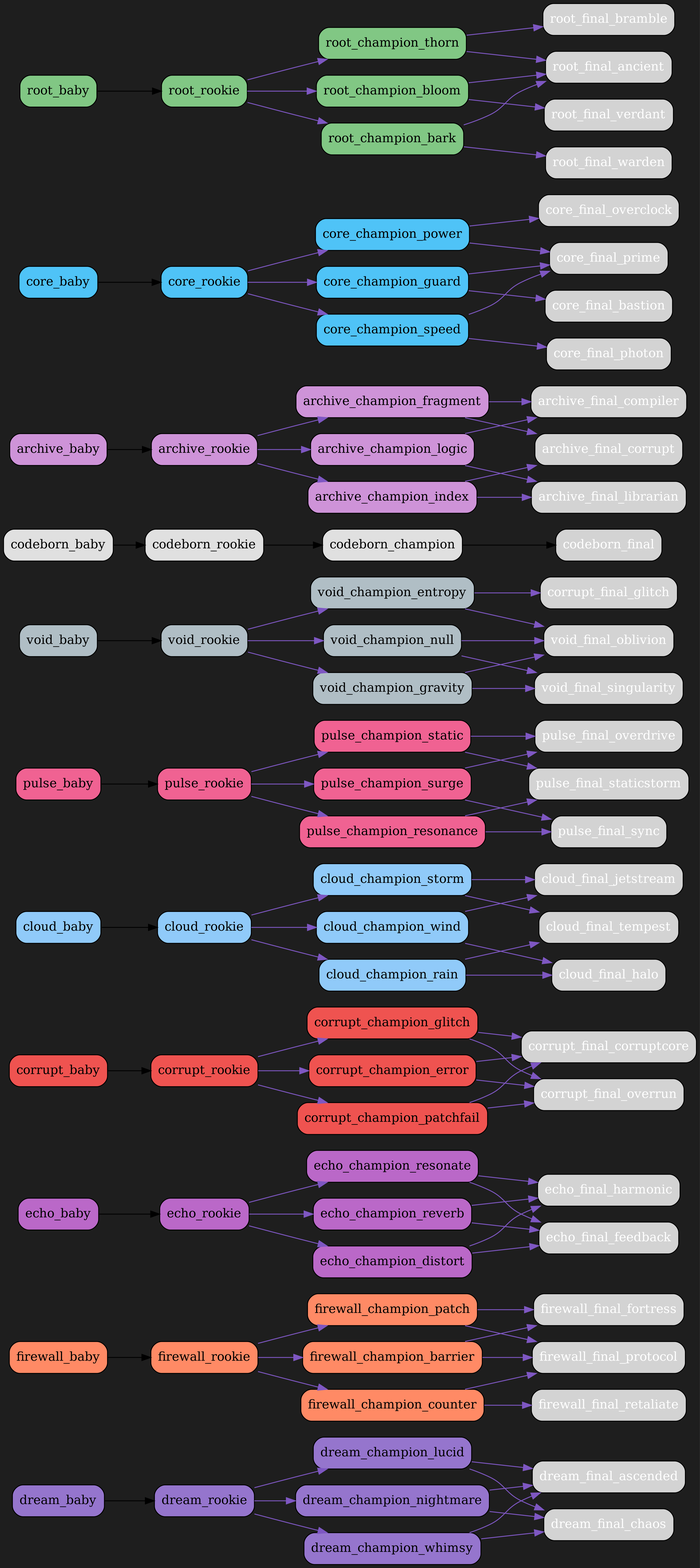
Earlier version of the Graphviz export src/netgrid/systems/evolution/graphs/dark/evolution_graph_dark.png (bwlight/NetGrid). Its source is kept beside it as src/netgrid/systems/evolution/graphs/dark/evolution_graph_dark.dot.
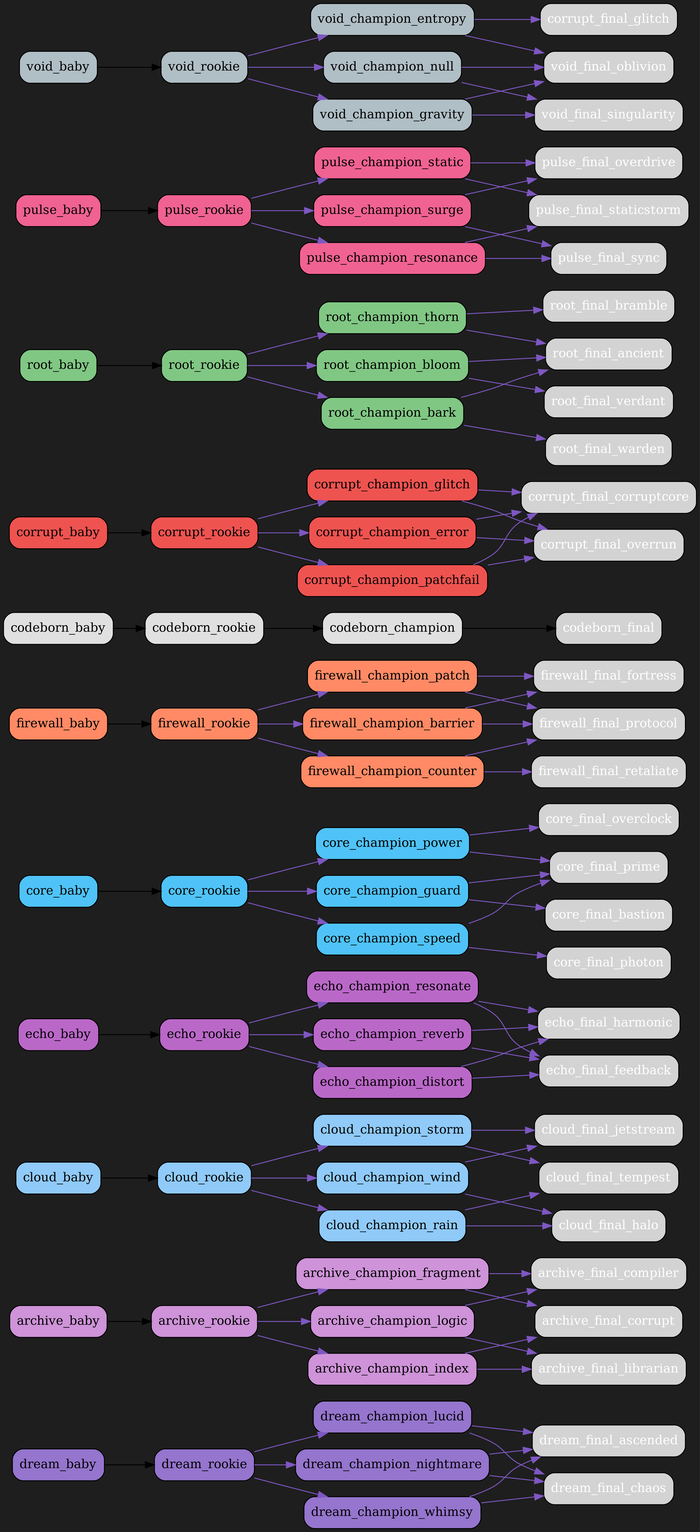
The same diagram one commit later.

Commit message:
Auto-update evolution graphs

Diff of the diagram source:
```diff
@@ -17,6 +17,66 @@
   "dream_champion_whimsy" [fillcolor="#9575cd", fontcolor="black"];
   "dream_champion_whimsy" -> "dream_final_ascended" [color="#7e57c2"];
   "dream_champion_whimsy" -> "dream_final_chaos" [color="#7e57c2"];
+  "archive_baby" [fillcolor="#ce93d8", fontcolor="black"];
+  "archive_baby" -> "archive_rookie";
+  "archive_rookie" [fillcolor="#ce93d8", fontcolor="black"];
+  "archive_rookie" -> "archive_champion_logic" [color="#7e57c2"];
+  "archive_rookie" -> "archive_champion_index" [color="#7e57c2"];
+  "archive_rookie" -> "archive_champion_fragment" [color="#7e57c2"];
+  "archive_champion_logic" [fillcolor="#ce93d8", fontcolor="black"];
+  "archive_champion_logic" -> "archive_final_compiler" [color="#7e57c2"];
+  "archive_champion_logic" -> "archive_final_librarian" [color="#7e57c2"];
+  "archive_champion_index" [fillcolor="#ce93d8", fontcolor="black"];
+  "archive_champion_index" -> "archive_final_librarian" [color="#7e57c2"];
+  "archive_champion_index" -> "archive_final_corrupt" [color="#7e57c2"];
+  "archive_champion_fragment" [fillcolor="#ce93d8", fontcolor="black"];
+  "archive_champion_fragment" -> "archive_final_corrupt" [color="#7e57c2"];
+  "archive_champion_fragment" -> "archive_final_compiler" [color="#7e57c2"];
+  "cloud_baby" [fillcolor="#90caf9", fontcolor="black"];
+  "cloud_baby" -> "cloud_rookie";
+  "cloud_rookie" [fillcolor="#90caf9", fontcolor="black"];
+  "cloud_rookie" -> "cloud_champion_wind" [color="#7e57c2"];
+  "cloud_rookie" -> "cloud_champion_rain" [color="#7e57c2"];
+  "cloud_rookie" -> "cloud_champion_storm" [color="#7e57c2"];
+  "cloud_champion_wind" [fillcolor="#90caf9", fontcolor="black"];
+  "cloud_champion_wind" -> "cloud_final_jetstream" [color="#7e57c2"];
+  "cloud_champion_wind" -> "cloud_final_halo" [color="#7e57c2"];
+  "cloud_champion_rain" [fillcolor="#90caf9", fontcolor="black"];
+  "cloud_champion_rain" -> "cloud_final_halo" [color="#7e57c2"];
+  "cloud_champion_rain" -> "cloud_final_tempest" [color="#7e57c2"];
+  "cloud_champion_storm" [fillcolor="#90caf9", fontcolor="black"];
+  "cloud_champion_storm" -> "cloud_final_tempest" [color="#7e57c2"];
+  "cloud_champion_storm" -> "cloud_final_jetstream" [color="#7e57c2"];
+  "echo_baby" [fillcolor="#ba68c8", fontcolor="black"];
+  "echo_baby" -> "echo_rookie";
+  "echo_rookie" [fillcolor="#ba68c8", fontcolor="black"];
+  "echo_rookie" -> "echo_champion_resonate" [color="#7e57c2"];
+  "echo_rookie" -> "echo_champion_reverb" [color="#7e57c2"];
+  "echo_rookie" -> "echo_champion_distort" [color="#7e57c2"];
+  "echo_champion_resonate" [fillcolor="#ba68c8", fontcolor="black"];
+  "echo_champion_resonate" -> "echo_final_harmonic" [color="#7e57c2"];
+  "echo_champion_resonate" -> "echo_final_feedback" [color="#7e57c2"];
+  "echo_champion_reverb" [fillcolor="#ba68c8", fontcolor="black"];
+  "echo_champion_reverb" -> "echo_final_feedback" [color="#7e57c2"];
+  "echo_champion_reverb" -> "echo_final_harmonic" [color="#7e57c2"];
+  "echo_champion_distort" [fillcolor="#ba68c8", fontcolor="black"];
+  "echo_champion_distort" -> "echo_final_feedback" [color="#7e57c2"];
+  "echo_champion_distort" -> "echo_final_harmonic" [color="#7e57c2"];
+  "core_baby" [fillcolor="#4fc3f7", fontcolor="black"];
+  "core_baby" -> "core_rookie";
+  "core_rookie" [fillcolor="#4fc3f7", fontcolor="black"];
+  "core_rookie" -> "core_champion_power" [color="#7e57c2"];
+  "core_rookie" -> "core_champion_guard" [color="#7e57c2"];
+  "core_rookie" -> "core_champion_speed" [color="#7e57c2"];
+  "core_champion_power" [fillcolor="#4fc3f7", fontcolor="black"];
+  "core_champion_power" -> "core_final_overclock" [color="#7e57c2"];
+  "core_champion_power" -> "core_final_prime" [color="#7e57c2"];
+  "core_champion_guard" [fillcolor="#4fc3f7", fontcolor="black"];
+  "core_champion_guard" -> "core_final_bastion" [color="#7e57c2"];
+  "core_champion_guard" -> "core_final_prime" [color="#7e57c2"];
+  "core_champion_speed" [fillcolor="#4fc3f7", fontcolor="black"];
+  "core_champion_speed" -> "core_final_photon" [color="#7e57c2"];
+  "core_champion_speed" -> "core_final_prime" [color="#7e57c2"];
   "firewall_baby" [fillcolor="#ff8a65", fontcolor="black"];
   "firewall_baby" -> "firewall_rookie";
   "firewall_rookie" [fillcolor="#ff8a65", fontcolor="black"];
@@ -32,21 +92,12 @@
   "firewall_champion_patch" [fillcolor="#ff8a65", fontcolor="black"];
   "firewall_champion_patch" -> "firewall_final_protocol" [color="#7e57c2"];
   "firewall_champion_patch" -> "firewall_final_fortress" [color="#7e57c2"];
-  "echo_baby" [fillcolor="#ba68c8", fontcolor="black"];
-  "echo_baby" -> "echo_rookie";
-  "echo_rookie" [fillcolor="#ba68c8", fontcolor="black"];
-  "echo_rookie" -> "echo_champion_resonate" [color="#7e57c2"];
-  "echo_rookie" -> "echo_champion_reverb" [color="#7e57c2"];
-  "echo_rookie" -> "echo_champion_distort" [color="#7e57c2"];
-  "echo_champion_resonate" [fillcolor="#ba68c8", fontcolor="black"];
-  "echo_champion_resonate" -> "echo_final_harmonic" [color="#7e57c2"];
-  "echo_champion_resonate" -> "echo_final_feedback" [color="#7e57c2"];
-  "echo_champion_reverb" [fillcolor="#ba68c8", fontcolor="black"];
-  "echo_champion_reverb" -> "echo_final_feedback" [color="#7e57c2"];
-  "echo_champion_reverb" -> "echo_final_harmonic" [color="#7e57c2"];
-  "echo_champion_distort" [fillcolor="#ba68c8", fontcolor="black"];
-  "echo_champion_distort" -> "echo_final_feedback" [color="#7e57c2"];
-  "echo_champion_distort" -> "echo_final_harmonic" [color="#7e57c2"];
+  "codeborn_baby" [fillcolor="#e0e0e0", fontcolor="black"];
+  "codeborn_baby" -> "codeborn_rookie";
+  "codeborn_rookie" [fillcolor="#e0e0e0", fontcolor="black"];
+  "codeborn_rookie" -> "codeborn_champion";
+  "codeborn_champion" [fillcolor="#e0e0e0", fontcolor="black"];
+  "codeborn_champion" -> "codeborn_final";
   "corrupt_baby" [fillcolor="#ef5350", fontcolor="black"];
   "corrupt_baby" -> "corrupt_rookie";
   "corrupt_rookie" [fillcolor="#ef5350", fontcolor="black"];
@@ -62,21 +113,21 @@
   "corrupt_champion_patchfail" [fillcolor="#ef5350", fontcolor="black"];
   "corrupt_champion_patchfail" -> "corrupt_final_corruptcore" [color="#7e57c2"];
   "corrupt_champion_patchfail" -> "corrupt_final_overrun" [color="#7e57c2"];
-  "cloud_baby" [fillcolor="#90caf9", fontcolor="black"];
-  "cloud_baby" -> "cloud_rookie";
-  "cloud_rookie" [fillcolor="#90caf9", fontcolor="black"];
-  "cloud_rookie" -> "cloud_champion_wind" [color="#7e57c2"];
-  "cloud_rookie" -> "cloud_champion_rain" [color="#7e57c2"];
-  "cloud_rookie" -> "cloud_champion_storm" [color="#7e57c2"];
-  "cloud_champion_wind" [fillcolor="#90caf9", fontcolor="black"];
-  "cloud_champion_wind" -> "cloud_final_jetstream" [color="#7e57c2"];
-  "cloud_champion_wind" -> "cloud_final_halo" [color="#7e57c2"];
-  "cloud_champion_rain" [fillcolor="#90caf9", fontcolor="black"];
-  "cloud_champion_rain" -> "cloud_final_halo" [color="#7e57c2"];
-  "cloud_champion_rain" -> "cloud_final_tempest" [color="#7e57c2"];
-  "cloud_champion_storm" [fillcolor="#90caf9", fontcolor="black"];
-  "cloud_champion_storm" -> "cloud_final_tempest" [color="#7e57c2"];
-  "cloud_champion_storm" -> "cloud_final_jetstream" [color="#7e57c2"];
+  "root_baby" [fillcolor="#81c784", fontcolor="black"];
+  "root_baby" -> "root_rookie";
+  "root_rookie" [fillcolor="#81c784", fontcolor="black"];
+  "root_rookie" -> "root_champion_thorn" [color="#7e57c2"];
+  "root_rookie" -> "root_champion_bloom" [color="#7e57c2"];
+  "root_rookie" -> "root_champion_bark" [color="#7e57c2"];
+  "root_champion_thorn" [fillcolor="#81c784", fontcolor="black"];
+  "root_champion_thorn" -> "root_final_bramble" [color="#7e57c2"];
+  "root_champion_thorn" -> "root_final_ancient" [color="#7e57c2"];
+  "root_champion_bloom" [fillcolor="#81c784", fontcolor="black"];
+  "root_champion_bloom" -> "root_final_ancient" [color="#7e57c2"];
+  "root_champion_bloom" -> "root_final_verdant" [color="#7e57c2"];
+  "root_champion_bark" [fillcolor="#81c784", fontcolor="black"];
+  "root_champion_bark" -> "root_final_warden" [color="#7e57c2"];
+  "root_champion_bark" -> "root_final_ancient" [color="#7e57c2"];
   "pulse_baby" [fillcolor="#f06292", fontcolor="black"];
   "pulse_baby" -> "pulse_rookie";
   "pulse_rookie" [fillcolor="#f06292", fontcolor="black"];
@@ -107,55 +158,4 @@
   "void_champion_null" [fillcolor="#b0bec5", fontcolor="black"];
   "void_champion_null" -> "void_final_oblivion" [color="#7e57c2"];
   "void_champion_null" -> "void_final_singularity" [color="#7e57c2"];
-  "codeborn_baby" [fillcolor="#e0e0e0", fontcolor="black"];
-  "codeborn_baby" -> "codeborn_rookie";
-  "codeborn_rookie" [fillcolor="#e0e0e0", fontcolor="black"];
-  "codeborn_rookie" -> "codeborn_champion";
-  "codeborn_champion" [fillcolor="#e0e0e0", fontcolor="black"];
-  "codeborn_champion" -> "codeborn_final";
-  "archive_baby" [fillcolor="#ce93d8", fontcolor="black"];
-  "archive_baby" -> "archive_rookie";
-  "archive_rookie" [fillcolor="#ce93d8", fontcolor="black"];
-  "archive_rookie" -> "archive_champion_logic" [color="#7e57c2"];
-  "archive_rookie" -> "archive_champion_index" [color="#7e57c2"];
-  "archive_rookie" -> "archive_champion_fragment" [color="#7e57c2"];
-  "archive_champion_logic" [fillcolor="#ce93d8", fontcolor="black"];
-  "archive_champion_logic" -> "archive_final_compiler" [color="#7e57c2"];
-  "archive_champion_logic" -> "archive_final_librarian" [color="#7e57c2"];
-  "archive_champion_index" [fillcolor="#ce93d8", fontcolor="black"];
-  "archive_champion_index" -> "archive_final_librarian" [color="#7e57c2"];
-  "archive_champion_index" -> "archive_final_corrupt" [color="#7e57c2"];
-  "archive_champion_fragment" [fillcolor="#ce93d8", fontcolor="black"];
-  "archive_champion_fragment" -> "archive_final_corrupt" [color="#7e57c2"];
-  "archive_champion_fragment" -> "archive_final_compiler" [color="#7e57c2"];
-  "core_baby" [fillcolor="#4fc3f7", fontcolor="black"];
-  "core_baby" -> "core_rookie";
-  "core_rookie" [fillcolor="#4fc3f7", fontcolor="black"];
-  "core_rookie" -> "core_champion_power" [color="#7e57c2"];
-  "core_rookie" -> "core_champion_guard" [color="#7e57c2"];
-  "core_rookie" -> "core_champion_speed" [color="#7e57c2"];
-  "core_champion_power" [fillcolor="#4fc3f7", fontcolor="black"];
-  "core_champion_power" -> "core_final_overclock" [color="#7e57c2"];
-  "core_champion_power" -> "core_final_prime" [color="#7e57c2"];
-  "core_champion_guard" [fillcolor="#4fc3f7", fontcolor="black"];
-  "core_champion_guard" -> "core_final_bastion" [color="#7e57c2"];
-  "core_champion_guard" -> "core_final_prime" [color="#7e57c2"];
-  "core_champion_speed" [fillcolor="#4fc3f7", fontcolor="black"];
-  "core_champion_speed" -> "core_final_photon" [color="#7e57c2"];
-  "core_champion_speed" -> "core_final_prime" [color="#7e57c2"];
-  "root_baby" [fillcolor="#81c784", fontcolor="black"];
-  "root_baby" -> "root_rookie";
-  "root_rookie" [fillcolor="#81c784", fontcolor="black"];
-  "root_rookie" -> "root_champion_thorn" [color="#7e57c2"];
-  "root_rookie" -> "root_champion_bloom" [color="#7e57c2"];
-  "root_rookie" -> "root_champion_bark" [color="#7e57c2"];
-  "root_champion_thorn" [fillcolor="#81c784", fontcolor="black"];
-  "root_champion_thorn" -> "root_final_bramble" [color="#7e57c2"];
-  "root_champion_thorn" -> "root_final_ancient" [color="#7e57c2"];
-  "root_champion_bloom" [fillcolor="#81c784", fontcolor="black"];
-  "root_champion_bloom" -> "root_final_ancient" [color="#7e57c2"];
-  "root_champion_bloom" -> "root_final_verdant" [color="#7e57c2"];
-  "root_champion_bark" [fillcolor="#81c784", fontcolor="black"];
-  "root_champion_bark" -> "root_final_warden" [color="#7e57c2"];
-  "root_champion_bark" -> "root_final_ancient" [color="#7e57c2"];
 }
```
